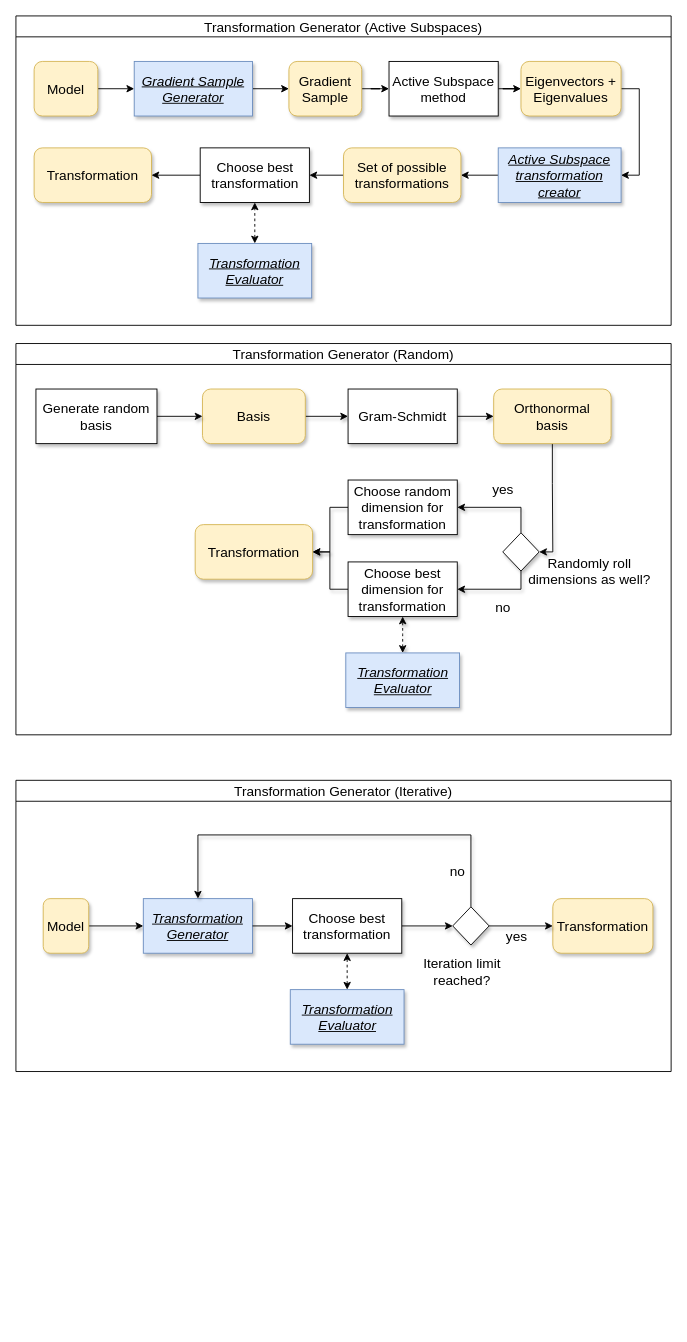
Earlier version of the draw.io diagram graphics/TransformationGen.drawio (crschnick/Master-Thesis). Source tidied: cells renumbered, new cells numbered last; positions are measured from the earlier drawing's top-left corner, leaving out a move shared by most shapes. Both pictures are drawn from the tidied source at 91%, with x=0, y=0 at pixel (15, 15).
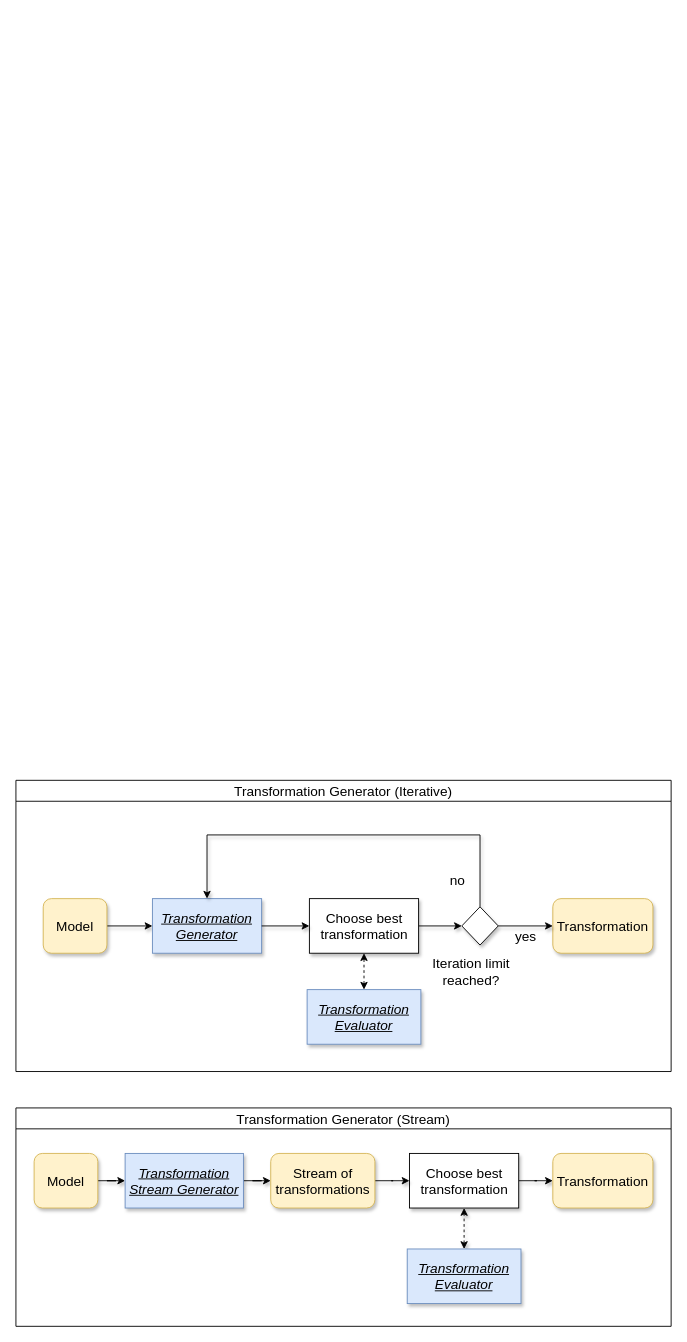
The same page after the edit.

Unchanged cells that the change refers to:
```xml
<mxCell id="22" value="Transformation Generator (Iterative)" style="swimlane;sketch=0;fontSize=15;fontStyle=0;" parent="1" vertex="1">
  <mxGeometry y="840" width="720" height="320" as="geometry" />
</mxCell>
```

Change to the diagram source:
```diff
@@
-    <mxCell id="2" value="Transformation Generator (Active Subspaces)" style="swimlane;sketch=0;fontSize=15;fontStyle=0;" parent="1" vertex="1">
-      <mxGeometry width="720" height="340" as="geometry" />
-    </mxCell>
-    <mxCell id="3" style="edgeStyle=orthogonalEdgeStyle;rounded=0;jettySize=auto;html=1;entryX=0;entryY=0.5;entryDx=0;entryDy=0;fontSize=15;" parent="2" edge="1" source="4" target="6">
-      <mxGeometry relative="1" as="geometry" />
-    </mxCell>
-    <mxCell id="4" value="&lt;font style=&quot;font-size: 15px&quot;&gt;Model&lt;/font&gt;" style="rounded=1;whiteSpace=wrap;html=1;fontSize=15;fillColor=#fff2cc;strokeColor=#d6b656;shadow=1;" parent="2" vertex="1">
-      <mxGeometry x="20" y="50" width="70" height="60" as="geometry" />
-    </mxCell>
-    <mxCell id="5" style="edgeStyle=orthogonalEdgeStyle;rounded=0;jettySize=auto;html=1;entryX=0;entryY=0.5;entryDx=0;entryDy=0;fontSize=15;" parent="2" edge="1" source="6" target="15">
-      <mxGeometry relative="1" as="geometry" />
-    </mxCell>
-    <mxCell id="6" value="&lt;u style=&quot;font-size: 15px;&quot;&gt;&lt;i style=&quot;font-size: 15px;&quot;&gt;Gradient Sample Generator&lt;/i&gt;&lt;/u&gt;" style="rounded=0;whiteSpace=wrap;html=1;sketch=0;fontSize=15;shadow=1;fillColor=#dae8fc;strokeColor=#6c8ebf;" parent="2" vertex="1">
-      <mxGeometry x="130" y="50" width="130" height="60" as="geometry" />
-    </mxCell>
-    <mxCell id="7" style="edgeStyle=orthogonalEdgeStyle;rounded=0;jettySize=auto;html=1;entryX=0;entryY=0.5;entryDx=0;entryDy=0;" parent="2" edge="1" source="8" target="10">
-      <mxGeometry relative="1" as="geometry" />
-    </mxCell>
-    <mxCell id="8" value="&lt;div style=&quot;font-size: 15px;&quot;&gt;Active Subspace&lt;/div&gt;&lt;div style=&quot;font-size: 15px;&quot;&gt;method&lt;br style=&quot;font-size: 15px;&quot;&gt;&lt;/div&gt;" style="rounded=0;whiteSpace=wrap;html=1;sketch=0;fontSize=15;shadow=1;" parent="2" vertex="1">
-      <mxGeometry x="410" y="50" width="120" height="60" as="geometry" />
-    </mxCell>
-    <mxCell id="9" style="edgeStyle=orthogonalEdgeStyle;rounded=0;jettySize=auto;html=1;entryX=1;entryY=0.5;entryDx=0;entryDy=0;" parent="2" edge="1" source="10" target="18">
-      <mxGeometry relative="1" as="geometry">
-        <Array as="points">
-          <mxPoint x="685" y="80" />
-          <mxPoint x="685" y="175" />
-        </Array>
-      </mxGeometry>
-    </mxCell>
-    <mxCell id="10" value="&lt;font style=&quot;font-size: 15px;&quot;&gt;Eigenvectors + Eigenvalues&lt;br style=&quot;font-size: 15px;&quot;&gt;&lt;/font&gt;" style="rounded=1;whiteSpace=wrap;html=1;sketch=0;fontSize=15;fillColor=#fff2cc;strokeColor=#d6b656;shadow=1;" parent="2" vertex="1">
-      <mxGeometry x="555" y="50" width="110" height="60" as="geometry" />
-    </mxCell>
-    <mxCell id="11" style="edgeStyle=orthogonalEdgeStyle;rounded=0;jettySize=auto;html=1;entryX=1;entryY=0.5;entryDx=0;entryDy=0;fontSize=15;" parent="2" edge="1" source="12" target="16">
-      <mxGeometry relative="1" as="geometry" />
-    </mxCell>
-    <mxCell id="12" value="Choose best transformation" style="rounded=0;whiteSpace=wrap;html=1;sketch=0;fontSize=15;shadow=1;" parent="2" vertex="1">
-      <mxGeometry x="202.5" y="145" width="120" height="60" as="geometry" />
-    </mxCell>
-    <mxCell id="13" style="edgeStyle=orthogonalEdgeStyle;rounded=0;jettySize=auto;html=1;entryX=0.5;entryY=1;entryDx=0;entryDy=0;fontSize=15;exitX=0.5;exitY=0;exitDx=0;exitDy=0;startArrow=classic;startFill=1;dashed=1;" parent="2" edge="1" source="21" target="12">
-      <mxGeometry relative="1" as="geometry" />
-    </mxCell>
-    <mxCell id="14" style="edgeStyle=orthogonalEdgeStyle;rounded=0;jettySize=auto;html=1;entryX=0;entryY=0.5;entryDx=0;entryDy=0;fontSize=15;" parent="2" edge="1" source="15" target="8">
-      <mxGeometry relative="1" as="geometry" />
-    </mxCell>
-    <mxCell id="15" value="&lt;font style=&quot;font-size: 15px;&quot;&gt;Gradient Sample&lt;br style=&quot;font-size: 15px;&quot;&gt;&lt;/font&gt;" style="rounded=1;whiteSpace=wrap;html=1;fontSize=15;fillColor=#fff2cc;strokeColor=#d6b656;shadow=1;" parent="2" vertex="1">
-      <mxGeometry x="300" y="50" width="80" height="60" as="geometry" />
-    </mxCell>
-    <mxCell id="16" value="&lt;font style=&quot;font-size: 15px;&quot;&gt;Transformation&lt;/font&gt;" style="rounded=1;whiteSpace=wrap;html=1;fontSize=15;fillColor=#fff2cc;strokeColor=#d6b656;shadow=1;" parent="2" vertex="1">
-      <mxGeometry x="20" y="145" width="129" height="60" as="geometry" />
-    </mxCell>
-    <mxCell id="17" style="edgeStyle=orthogonalEdgeStyle;rounded=0;jettySize=auto;html=1;entryX=1;entryY=0.5;entryDx=0;entryDy=0;" parent="2" edge="1" source="18" target="20">
-      <mxGeometry relative="1" as="geometry" />
-    </mxCell>
-    <mxCell id="18" value="&lt;i&gt;&lt;u&gt;Active Subspace transformation creator&lt;/u&gt;&lt;/i&gt;" style="rounded=0;whiteSpace=wrap;html=1;sketch=0;fontSize=15;shadow=1;fillColor=#dae8fc;strokeColor=#6c8ebf;" parent="2" vertex="1">
-      <mxGeometry x="530" y="145" width="135" height="60" as="geometry" />
-    </mxCell>
-    <mxCell id="19" style="edgeStyle=orthogonalEdgeStyle;rounded=0;jettySize=auto;html=1;entryX=1;entryY=0.5;entryDx=0;entryDy=0;exitX=0;exitY=0.5;exitDx=0;exitDy=0;" parent="2" edge="1" source="20" target="12">
-      <mxGeometry relative="1" as="geometry" />
-    </mxCell>
-    <mxCell id="20" value="&lt;font style=&quot;font-size: 15px&quot;&gt;Set of possible transformations&lt;/font&gt;" style="rounded=1;whiteSpace=wrap;html=1;fontSize=15;fillColor=#fff2cc;strokeColor=#d6b656;shadow=1;" parent="2" vertex="1">
-      <mxGeometry x="360" y="145" width="129" height="60" as="geometry" />
-    </mxCell>
-    <mxCell id="21" value="&lt;div&gt;&lt;u&gt;&lt;i&gt;Transformation&lt;/i&gt;&lt;/u&gt;&lt;/div&gt;&lt;div&gt;&lt;u&gt;&lt;i&gt;Evaluator&lt;/i&gt;&lt;/u&gt;&lt;/div&gt;" style="rounded=0;whiteSpace=wrap;html=1;sketch=0;fontSize=15;shadow=1;fillColor=#dae8fc;strokeColor=#6c8ebf;" parent="2" vertex="1">
-      <mxGeometry x="200" y="250" width="125" height="60" as="geometry" />
-    </mxCell>
@@
     <mxCell id="24" value="&lt;font style=&quot;font-size: 15px&quot;&gt;Model&lt;/font&gt;" style="rounded=1;whiteSpace=wrap;html=1;fillColor=#fff2cc;strokeColor=#d6b656;fontSize=15;shadow=1;" parent="22" vertex="1">
-      <mxGeometry x="30" y="130" width="50" height="60" as="geometry" />
+      <mxGeometry x="30" y="130" width="70" height="60" as="geometry" />
     </mxCell>
     <mxCell id="25" value="&lt;u style=&quot;font-size: 15px;&quot;&gt;&lt;i style=&quot;font-size: 15px;&quot;&gt;Transformation Generator&lt;/i&gt;&lt;/u&gt;" style="rounded=0;whiteSpace=wrap;html=1;sketch=0;fillColor=#dae8fc;strokeColor=#6c8ebf;fontSize=15;shadow=1;" parent="22" vertex="1">
-      <mxGeometry x="140" y="130" width="120" height="60" as="geometry" />
+      <mxGeometry x="150" y="130" width="120" height="60" as="geometry" />
     </mxCell>
@@
     <mxCell id="28" value="Choose best transformation" style="rounded=0;whiteSpace=wrap;html=1;sketch=0;fontSize=15;shadow=1;" parent="22" vertex="1">
-      <mxGeometry x="304" y="130" width="120" height="60" as="geometry" />
+      <mxGeometry x="322.5" y="130" width="120" height="60" as="geometry" />
     </mxCell>
@@
     <mxCell id="30" value="&lt;div style=&quot;font-size: 15px;&quot;&gt;Iteration limit&lt;/div&gt;&lt;div style=&quot;font-size: 15px;&quot;&gt;reached?&lt;/div&gt;" style="text;html=1;align=center;verticalAlign=middle;strokeColor=none;fontSize=15;shadow=1;" parent="22" vertex="1">
-      <mxGeometry x="440" y="190" width="100" height="40" as="geometry" />
+      <mxGeometry x="450" y="190" width="100" height="40" as="geometry" />
     </mxCell>
     <mxCell id="31" value="&lt;div style=&quot;font-size: 15px;&quot;&gt;yes&lt;/div&gt;" style="text;html=1;align=center;verticalAlign=middle;strokeColor=none;fontSize=15;shadow=1;" parent="22" vertex="1">
-      <mxGeometry x="530" y="161" width="40" height="20" as="geometry" />
+      <mxGeometry x="540" y="161" width="40" height="20" as="geometry" />
     </mxCell>
     <mxCell id="32" value="no" style="text;html=1;align=center;verticalAlign=middle;strokeColor=none;fontSize=15;shadow=1;" parent="22" vertex="1">
-      <mxGeometry x="470" y="90" width="30" height="20" as="geometry" />
+      <mxGeometry x="470" y="100" width="30" height="20" as="geometry" />
     </mxCell>
@@
     <mxCell id="34" style="edgeStyle=orthogonalEdgeStyle;rounded=0;jettySize=auto;html=1;entryX=0.5;entryY=0;entryDx=0;entryDy=0;fontSize=15;shadow=1;" parent="22" edge="1" source="35" target="25">
       <mxGeometry relative="1" as="geometry">
         <Array as="points">
-          <mxPoint x="500" y="60" />
-          <mxPoint x="200" y="60" />
+          <mxPoint x="510" y="60" />
+          <mxPoint x="210" y="60" />
         </Array>
       </mxGeometry>
     </mxCell>
     <mxCell id="35" style="rhombus;whiteSpace=wrap;html=1;shadow=1;sketch=0;fontSize=15;" parent="22" vertex="1">
-      <mxGeometry x="480" y="139" width="40" height="42" as="geometry" />
+      <mxGeometry x="490" y="139" width="40" height="42" as="geometry" />
     </mxCell>
@@
     <mxCell id="37" value="&lt;div&gt;&lt;u&gt;&lt;i&gt;Transformation&lt;/i&gt;&lt;/u&gt;&lt;/div&gt;&lt;div&gt;&lt;u&gt;&lt;i&gt;Evaluator&lt;/i&gt;&lt;/u&gt;&lt;/div&gt;" style="rounded=0;whiteSpace=wrap;html=1;sketch=0;fontSize=15;shadow=1;fillColor=#dae8fc;strokeColor=#6c8ebf;" parent="22" vertex="1">
-      <mxGeometry x="301.5" y="230" width="125" height="60" as="geometry" />
+      <mxGeometry x="320" y="230" width="125" height="60" as="geometry" />
     </mxCell>
-    <mxCell id="38" value="Transformation Generator (Random)" style="swimlane;sketch=0;fontSize=15;fontStyle=0;" parent="1" vertex="1">
-      <mxGeometry y="360" width="720" height="430" as="geometry" />
-    </mxCell>
-    <mxCell id="39" style="edgeStyle=orthogonalEdgeStyle;rounded=0;jettySize=auto;html=1;entryX=0.458;entryY=1;entryDx=0;entryDy=0;entryPerimeter=0;fontSize=15;shadow=1;exitX=0.5;exitY=0;exitDx=0;exitDy=0;startArrow=classic;startFill=1;dashed=1;" parent="38" edge="1" source="59">
-      <mxGeometry relative="1" as="geometry">
-        <mxPoint x="425" y="300" as="targetPoint" />
-      </mxGeometry>
-    </mxCell>
-    <mxCell id="40" style="edgeStyle=orthogonalEdgeStyle;rounded=0;jettySize=auto;html=1;entryX=0;entryY=0.5;entryDx=0;entryDy=0;shadow=1;fontSize=15;" parent="38" edge="1" source="41" target="43">
-      <mxGeometry relative="1" as="geometry" />
-    </mxCell>
-    <mxCell id="41" value="&lt;div style=&quot;font-size: 15px;&quot;&gt;&lt;font style=&quot;font-size: 15px;&quot;&gt;Basis&lt;/font&gt;&lt;/div&gt;" style="rounded=1;whiteSpace=wrap;html=1;fillColor=#fff2cc;strokeColor=#d6b656;fontSize=15;shadow=1;" parent="38" vertex="1">
-      <mxGeometry x="205" y="50" width="113" height="60" as="geometry" />
-    </mxCell>
-    <mxCell id="42" style="edgeStyle=orthogonalEdgeStyle;rounded=0;jettySize=auto;html=1;entryX=0;entryY=0.5;entryDx=0;entryDy=0;shadow=1;fontSize=15;" parent="38" edge="1" source="43" target="47">
-      <mxGeometry relative="1" as="geometry" />
-    </mxCell>
-    <mxCell id="43" value="Gram-Schmidt" style="rounded=0;whiteSpace=wrap;html=1;sketch=0;fontSize=15;shadow=1;" parent="38" vertex="1">
-      <mxGeometry x="365" y="50" width="120" height="60" as="geometry" />
-    </mxCell>
-    <mxCell id="44" style="edgeStyle=orthogonalEdgeStyle;rounded=0;jettySize=auto;html=1;entryX=0;entryY=0.5;entryDx=0;entryDy=0;shadow=1;fontSize=15;" parent="38" edge="1" source="45" target="41">
-      <mxGeometry relative="1" as="geometry" />
-    </mxCell>
-    <mxCell id="45" value="Generate random basis" style="rounded=0;whiteSpace=wrap;html=1;sketch=0;fontSize=15;shadow=1;" parent="38" vertex="1">
-      <mxGeometry x="22" y="50" width="133" height="60" as="geometry" />
-    </mxCell>
-    <mxCell id="46" style="edgeStyle=orthogonalEdgeStyle;rounded=0;jettySize=auto;html=1;entryX=1;entryY=0.5;entryDx=0;entryDy=0;shadow=1;fontSize=15;" parent="38" edge="1" source="47" target="56">
-      <mxGeometry relative="1" as="geometry">
-        <Array as="points">
-          <mxPoint x="590" y="154" />
-          <mxPoint x="590" y="219" />
-        </Array>
-      </mxGeometry>
-    </mxCell>
-    <mxCell id="47" value="&lt;div style=&quot;font-size: 15px;&quot;&gt;&lt;font style=&quot;font-size: 15px;&quot;&gt;Orthonormal&lt;/font&gt;&lt;/div&gt;&lt;div style=&quot;font-size: 15px;&quot;&gt;&lt;font style=&quot;font-size: 15px;&quot;&gt;basis&lt;/font&gt;&lt;/div&gt;" style="rounded=1;whiteSpace=wrap;html=1;fillColor=#fff2cc;strokeColor=#d6b656;fontSize=15;shadow=1;" parent="38" vertex="1">
-      <mxGeometry x="525" y="50" width="129" height="60" as="geometry" />
-    </mxCell>
-    <mxCell id="48" style="edgeStyle=orthogonalEdgeStyle;rounded=0;jettySize=auto;html=1;entryX=1;entryY=0.5;entryDx=0;entryDy=0;shadow=1;fontSize=15;" parent="38" edge="1" source="49" target="52">
-      <mxGeometry relative="1" as="geometry" />
-    </mxCell>
-    <mxCell id="49" value="Choose best dimension for transformation" style="rounded=0;whiteSpace=wrap;html=1;sketch=0;fontSize=15;shadow=1;" parent="38" vertex="1">
-      <mxGeometry x="365" y="240" width="120" height="60" as="geometry" />
-    </mxCell>
-    <mxCell id="50" style="edgeStyle=orthogonalEdgeStyle;rounded=0;jettySize=auto;html=1;entryX=1;entryY=0.5;entryDx=0;entryDy=0;shadow=1;fontSize=15;" parent="38" edge="1" source="51" target="52">
-      <mxGeometry relative="1" as="geometry" />
-    </mxCell>
-    <mxCell id="51" value="Choose random dimension for transformation" style="rounded=0;whiteSpace=wrap;html=1;sketch=0;fontSize=15;shadow=1;" parent="38" vertex="1">
-      <mxGeometry x="365" y="150" width="120" height="60" as="geometry" />
-    </mxCell>
-    <mxCell id="52" value="&lt;font style=&quot;font-size: 15px;&quot;&gt;Transformation&lt;/font&gt;" style="rounded=1;whiteSpace=wrap;html=1;fillColor=#fff2cc;strokeColor=#d6b656;fontSize=15;shadow=1;" parent="38" vertex="1">
-      <mxGeometry x="197" y="199" width="129" height="60" as="geometry" />
-    </mxCell>
-    <mxCell id="53" value="&lt;div style=&quot;font-size: 15px;&quot;&gt;Randomly roll&lt;/div&gt;&lt;div style=&quot;font-size: 15px;&quot;&gt;dimensions as well?&lt;/div&gt;" style="text;html=1;align=center;verticalAlign=middle;strokeColor=none;fontSize=15;shadow=1;" parent="38" vertex="1">
-      <mxGeometry x="555" y="230" width="150" height="40" as="geometry" />
-    </mxCell>
-    <mxCell id="54" style="edgeStyle=orthogonalEdgeStyle;rounded=0;jettySize=auto;html=1;entryX=1;entryY=0.5;entryDx=0;entryDy=0;shadow=1;fontSize=15;" parent="38" edge="1" source="56" target="49">
-      <mxGeometry relative="1" as="geometry">
-        <Array as="points">
-          <mxPoint x="555" y="270" />
-        </Array>
-      </mxGeometry>
-    </mxCell>
-    <mxCell id="55" style="edgeStyle=orthogonalEdgeStyle;rounded=0;jettySize=auto;html=1;entryX=1;entryY=0.5;entryDx=0;entryDy=0;shadow=1;fontSize=15;" parent="38" edge="1" source="56" target="51">
-      <mxGeometry relative="1" as="geometry">
-        <Array as="points">
-          <mxPoint x="555" y="180" />
-        </Array>
-      </mxGeometry>
-    </mxCell>
-    <mxCell id="56" style="rhombus;whiteSpace=wrap;html=1;shadow=1;sketch=0;fontSize=15;" parent="38" vertex="1">
-      <mxGeometry x="535" y="208" width="40" height="42" as="geometry" />
-    </mxCell>
-    <mxCell id="57" value="&lt;div style=&quot;font-size: 15px;&quot;&gt;yes&lt;/div&gt;" style="text;html=1;align=center;verticalAlign=middle;strokeColor=none;fontSize=15;shadow=1;" parent="38" vertex="1">
-      <mxGeometry x="515" y="150" width="40" height="20" as="geometry" />
-    </mxCell>
-    <mxCell id="58" value="no" style="text;html=1;align=center;verticalAlign=middle;strokeColor=none;fontSize=15;shadow=1;" parent="38" vertex="1">
-      <mxGeometry x="520" y="280" width="30" height="20" as="geometry" />
-    </mxCell>
-    <mxCell id="59" value="&lt;div&gt;&lt;u&gt;&lt;i&gt;Transformation&lt;/i&gt;&lt;/u&gt;&lt;/div&gt;&lt;div&gt;&lt;u&gt;&lt;i&gt;Evaluator&lt;/i&gt;&lt;/u&gt;&lt;/div&gt;" style="rounded=0;whiteSpace=wrap;html=1;sketch=0;fontSize=15;shadow=1;fillColor=#dae8fc;strokeColor=#6c8ebf;" parent="38" vertex="1">
-      <mxGeometry x="362.5" y="340" width="125" height="60" as="geometry" />
-    </mxCell>
+    <mxCell id="60" value="Transformation Generator (Stream)" style="swimlane;sketch=0;fontSize=15;fontStyle=0;" parent="1" vertex="1">
+      <mxGeometry y="1200" width="720" height="240" as="geometry" />
+    </mxCell>
+    <mxCell id="61" style="edgeStyle=orthogonalEdgeStyle;rounded=0;jettySize=auto;html=1;entryX=0;entryY=0.5;entryDx=0;entryDy=0;fontSize=15;shadow=1;" parent="60" edge="1" source="4" target="63">
+      <mxGeometry relative="1" as="geometry" />
+    </mxCell>
+    <mxCell id="4" value="&lt;font style=&quot;font-size: 15px&quot;&gt;Model&lt;/font&gt;" style="rounded=1;whiteSpace=wrap;html=1;fontSize=15;fillColor=#fff2cc;strokeColor=#d6b656;shadow=1;" parent="60" vertex="1">
+      <mxGeometry x="20" y="50" width="70" height="60" as="geometry" />
+    </mxCell>
+    <mxCell id="62" style="edgeStyle=orthogonalEdgeStyle;rounded=0;jettySize=auto;html=1;entryX=0;entryY=0.5;entryDx=0;entryDy=0;fontSize=15;shadow=1;" parent="60" edge="1" source="63" target="66">
+      <mxGeometry relative="1" as="geometry" />
+    </mxCell>
+    <mxCell id="63" value="&lt;u style=&quot;font-size: 15px&quot;&gt;&lt;i style=&quot;font-size: 15px&quot;&gt;Transformation Stream Generator&lt;/i&gt;&lt;/u&gt;" style="rounded=0;whiteSpace=wrap;html=1;sketch=0;fontSize=15;shadow=1;fillColor=#dae8fc;strokeColor=#6c8ebf;" parent="60" vertex="1">
+      <mxGeometry x="120" y="50" width="130" height="60" as="geometry" />
+    </mxCell>
+    <mxCell id="11" style="edgeStyle=orthogonalEdgeStyle;rounded=0;jettySize=auto;html=1;entryX=0;entryY=0.5;entryDx=0;entryDy=0;shadow=1;" parent="60" edge="1" source="12" target="16">
+      <mxGeometry relative="1" as="geometry" />
+    </mxCell>
+    <mxCell id="12" value="Choose best transformation" style="rounded=0;whiteSpace=wrap;html=1;sketch=0;fontSize=15;shadow=1;" parent="60" vertex="1">
+      <mxGeometry x="432.5" y="50" width="120" height="60" as="geometry" />
+    </mxCell>
+    <mxCell id="64" style="edgeStyle=orthogonalEdgeStyle;rounded=0;jettySize=auto;html=1;entryX=0.5;entryY=1;entryDx=0;entryDy=0;fontSize=15;exitX=0.5;exitY=0;exitDx=0;exitDy=0;startArrow=classic;startFill=1;dashed=1;shadow=1;" parent="60" edge="1" source="67" target="12">
+      <mxGeometry relative="1" as="geometry" />
+    </mxCell>
+    <mxCell id="16" value="&lt;font style=&quot;font-size: 15px;&quot;&gt;Transformation&lt;/font&gt;" style="rounded=1;whiteSpace=wrap;html=1;fontSize=15;fillColor=#fff2cc;strokeColor=#d6b656;shadow=1;" parent="60" vertex="1">
+      <mxGeometry x="590" y="50" width="110" height="60" as="geometry" />
+    </mxCell>
+    <mxCell id="65" style="edgeStyle=orthogonalEdgeStyle;rounded=0;jettySize=auto;html=1;entryX=0;entryY=0.5;entryDx=0;entryDy=0;shadow=1;" parent="60" edge="1" source="66" target="12">
+      <mxGeometry relative="1" as="geometry" />
+    </mxCell>
+    <mxCell id="66" value="&lt;font style=&quot;font-size: 15px&quot;&gt;Stream of transformations&lt;/font&gt;" style="rounded=1;whiteSpace=wrap;html=1;fontSize=15;fillColor=#fff2cc;strokeColor=#d6b656;shadow=1;" parent="60" vertex="1">
+      <mxGeometry x="280" y="50" width="114.5" height="60" as="geometry" />
+    </mxCell>
+    <mxCell id="67" value="&lt;div&gt;&lt;u&gt;&lt;i&gt;Transformation&lt;/i&gt;&lt;/u&gt;&lt;/div&gt;&lt;div&gt;&lt;u&gt;&lt;i&gt;Evaluator&lt;/i&gt;&lt;/u&gt;&lt;/div&gt;" style="rounded=0;whiteSpace=wrap;html=1;sketch=0;fontSize=15;shadow=1;fillColor=#dae8fc;strokeColor=#6c8ebf;" parent="60" vertex="1">
+      <mxGeometry x="430" y="155" width="125" height="60" as="geometry" />
+    </mxCell>
```
